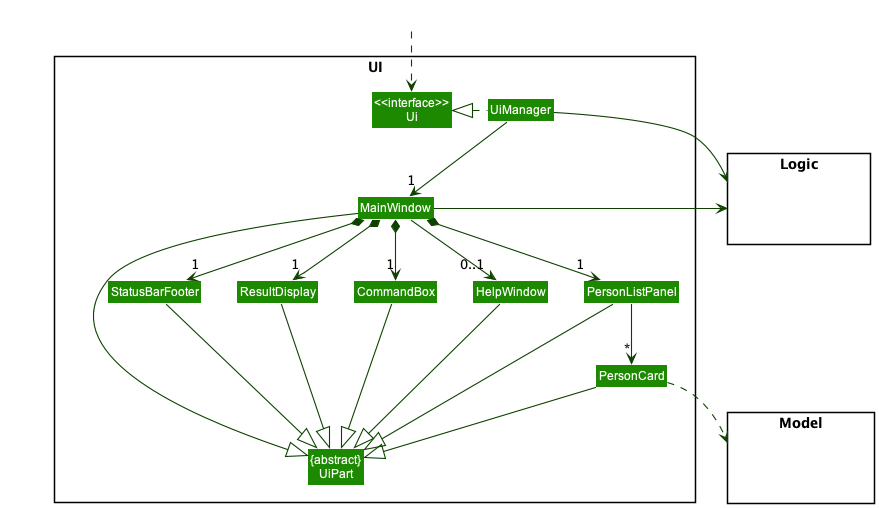
The PlantUML diagram docs/images/UiClassDiagram.png in nus-cs2103-AY2223S2/tp, before a commit.
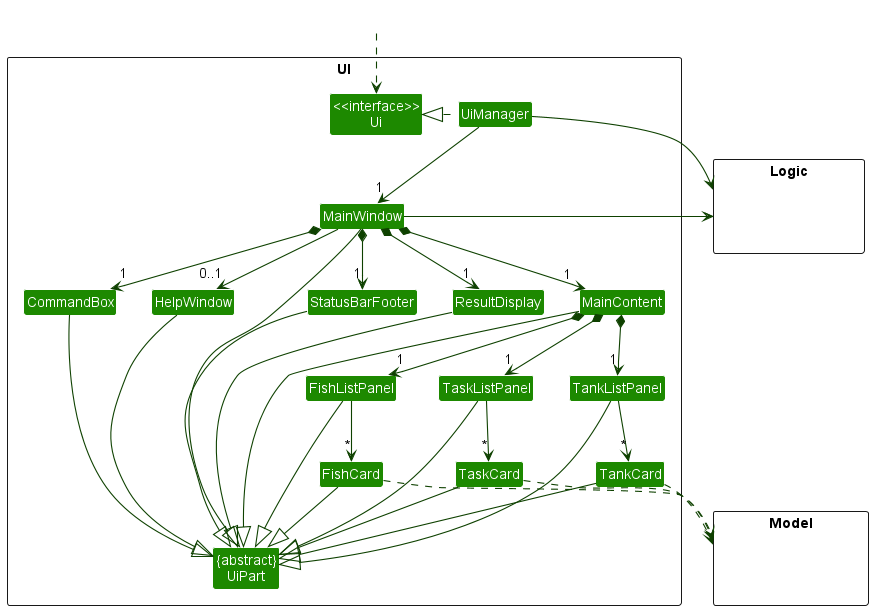
Above is the later version.

Commit message:
Update Ui class diagram in DG

What changed in the source:
```diff
@@ -11,8 +11,13 @@
 Class MainWindow
 Class HelpWindow
 Class ResultDisplay
-Class PersonListPanel
-Class PersonCard
+Class MainContent
+Class FishListPanel
+Class TaskListPanel
+Class TankListPanel
+Class FishCard
+Class TankCard
+Class TaskCard
 Class StatusBarFooter
 Class CommandBox
 }
@@ -32,26 +37,38 @@
 UiManager -down-> "1" MainWindow
 MainWindow *-down->  "1" CommandBox
 MainWindow *-down-> "1" ResultDisplay
-MainWindow *-down-> "1" PersonListPanel
+MainWindow *-down-> "1" MainContent
 MainWindow *-down-> "1" StatusBarFooter
 MainWindow --> "0..1" HelpWindow
 
-PersonListPanel -down-> "*" PersonCard
+MainContent *-down-> "1" FishListPanel
+MainContent *-down-> "1" TaskListPanel
+MainContent *-down-> "1" TankListPanel
+FishListPanel -down-> "*" FishCard
+TankListPanel -down-> "*" TankCard
+TaskListPanel -down-> "*" TaskCard
 
 MainWindow -left-|> UiPart
 
 ResultDisplay --|> UiPart
 CommandBox --|> UiPart
-PersonListPanel --|> UiPart
-PersonCard --|> UiPart
+MainContent --|> UiPart
+FishCard --|> UiPart
+TaskCard --|> UiPart
+TankCard --|> UiPart
 StatusBarFooter --|> UiPart
 HelpWindow --|> UiPart
+FishListPanel --|> UiPart
+TaskListPanel --|> UiPart
+TankListPanel --|> UiPart
 
-PersonCard ..> Model
+FishCard ..> Model
+TaskCard ..> Model
+TankCard ..> Model
 UiManager -right-> Logic
 MainWindow -left-> Logic
 
-PersonListPanel -[hidden]left- HelpWindow
+MainContent -[hidden]left- HelpWindow
 HelpWindow -[hidden]left- CommandBox
 CommandBox -[hidden]left- ResultDisplay
 ResultDisplay -[hidden]left- StatusBarFooter
```
